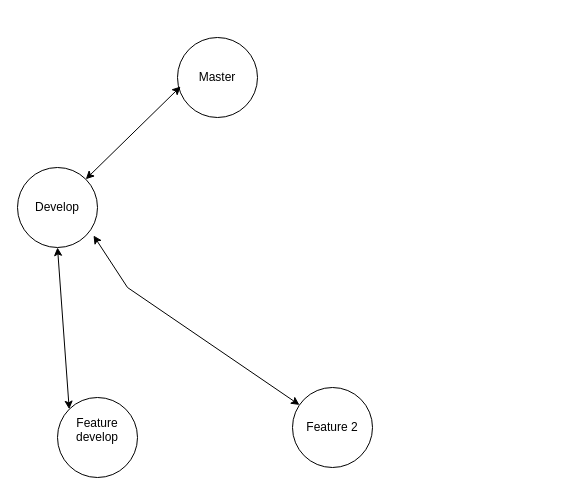
The draw.io diagram Propsed Branching.drawio in anshuldevmehta/RandomDiagrams, before the edit. Source tidied: cells renumbered, new cells numbered last; positions are measured from the earlier drawing's top-left corner, leaving out a move shared by most shapes. Both pictures are drawn from the tidied source at 100%, with x=0, y=0 at pixel (17, 37).
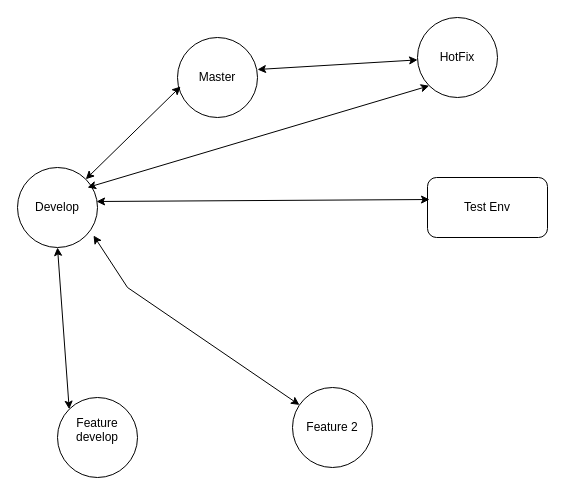
The same diagram, later.

What changed in the source:
```diff
@@
 <mxGraphModel>
   <root>
     <mxCell id="0" />
     <mxCell id="1" parent="0" />
     <mxCell id="2" value="Master" style="ellipse;whiteSpace=wrap;html=1;" parent="1" vertex="1">
       <mxGeometry x="160" width="80" height="80" as="geometry" />
     </mxCell>
     <mxCell id="3" value="Develop" style="ellipse;whiteSpace=wrap;html=1;" parent="1" vertex="1">
       <mxGeometry y="130" width="80" height="80" as="geometry" />
     </mxCell>
     <mxCell id="4" style="endArrow=classic;startArrow=classic;html=1;rounded=0;exitX=1;exitY=0;exitDx=0;exitDy=0;entryX=0.038;entryY=0.613;entryDx=0;entryDy=0;entryPerimeter=0;" parent="1" edge="1" source="3" target="2">
       <mxGeometry relative="1" as="geometry" />
     </mxCell>
     <mxCell id="5" value="&lt;div&gt;Feature develop&lt;/div&gt;&lt;div&gt;&lt;br&gt;&lt;/div&gt;" style="ellipse;whiteSpace=wrap;html=1;" parent="1" vertex="1">
       <mxGeometry x="40" y="360" width="80" height="80" as="geometry" />
     </mxCell>
     <mxCell id="6" style="endArrow=classic;startArrow=classic;html=1;rounded=0;exitX=0;exitY=0;exitDx=0;exitDy=0;entryX=0.038;entryY=0.613;entryDx=0;entryDy=0;entryPerimeter=0;" parent="1" edge="1" source="5">
       <mxGeometry relative="1" as="geometry">
         <mxPoint x="40" y="210" as="targetPoint" />
       </mxGeometry>
     </mxCell>
     <mxCell id="7" value="Feature 2" style="ellipse;whiteSpace=wrap;html=1;" parent="1" vertex="1">
       <mxGeometry x="275" y="350" width="80" height="80" as="geometry" />
     </mxCell>
     <mxCell id="8" style="endArrow=classic;startArrow=classic;html=1;rounded=0;entryX=0.95;entryY=0.85;entryDx=0;entryDy=0;entryPerimeter=0;" parent="1" edge="1" source="7" target="3">
       <mxGeometry relative="1" as="geometry">
         <Array as="points">
           <mxPoint x="110" y="250" />
         </Array>
       </mxGeometry>
     </mxCell>
+    <mxCell id="9" value="Test Env" style="rounded=1;whiteSpace=wrap;html=1;" parent="1" vertex="1">
+      <mxGeometry x="410" y="140" width="120" height="60" as="geometry" />
+    </mxCell>
+    <mxCell id="10" style="endArrow=classic;startArrow=classic;html=1;rounded=0;exitX=0.988;exitY=0.425;exitDx=0;exitDy=0;entryX=0.017;entryY=0.367;entryDx=0;entryDy=0;entryPerimeter=0;exitPerimeter=0;" parent="1" edge="1" source="3" target="9">
+      <mxGeometry relative="1" as="geometry" />
+    </mxCell>
+    <mxCell id="11" value="HotFix" style="ellipse;whiteSpace=wrap;html=1;" parent="1" vertex="1">
+      <mxGeometry x="400" y="-20" width="80" height="80" as="geometry" />
+    </mxCell>
+    <mxCell id="12" style="endArrow=classic;startArrow=classic;html=1;rounded=0;exitX=1;exitY=0.4;exitDx=0;exitDy=0;exitPerimeter=0;" parent="1" edge="1" source="2" target="11">
+      <mxGeometry relative="1" as="geometry" />
+    </mxCell>
+    <mxCell id="13" style="endArrow=classic;startArrow=classic;html=1;rounded=0;exitX=1;exitY=0.4;exitDx=0;exitDy=0;exitPerimeter=0;entryX=0;entryY=1;entryDx=0;entryDy=0;" parent="1" edge="1" target="11">
+      <mxGeometry relative="1" as="geometry">
+        <mxPoint x="70" y="150" as="sourcePoint" />
+      </mxGeometry>
+    </mxCell>
   </root>
 </mxGraphModel>
```
